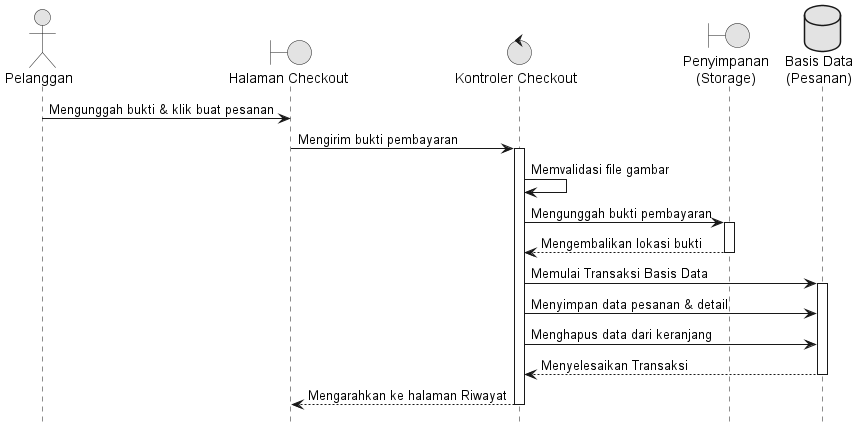
Reyonl/project_TA keeps this PlantUML diagram as docs/diagrams/04_Checkout_Pesanan.png. Above is the earlier version.
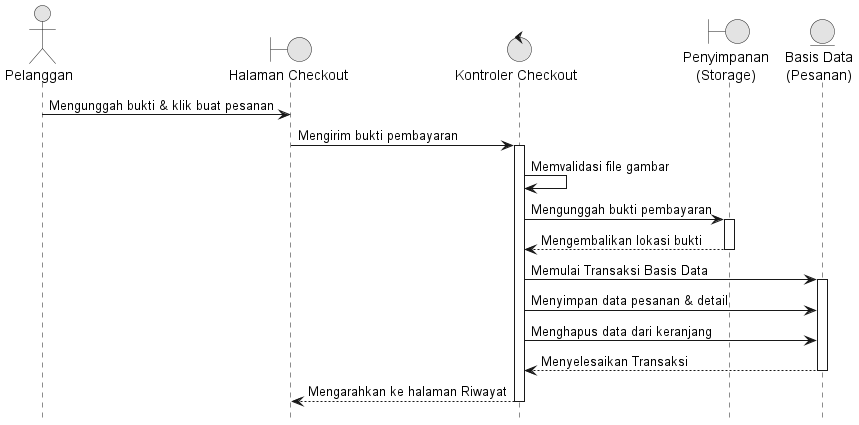
Above is the later version.

Diff of the diagram source:
```diff
@@ -7,7 +7,7 @@
 boundary "Halaman Checkout" as View
 control "Kontroler Checkout" as Controller
 boundary "Penyimpanan\n(Storage)" as Storage
-database "Basis Data\n(Pesanan)" as DB
+entity "Basis Data\n(Pesanan)" as DB
 
 Customer -> View : Mengunggah bukti & klik buat pesanan
 View -> Controller : Mengirim bukti pembayaran
```
